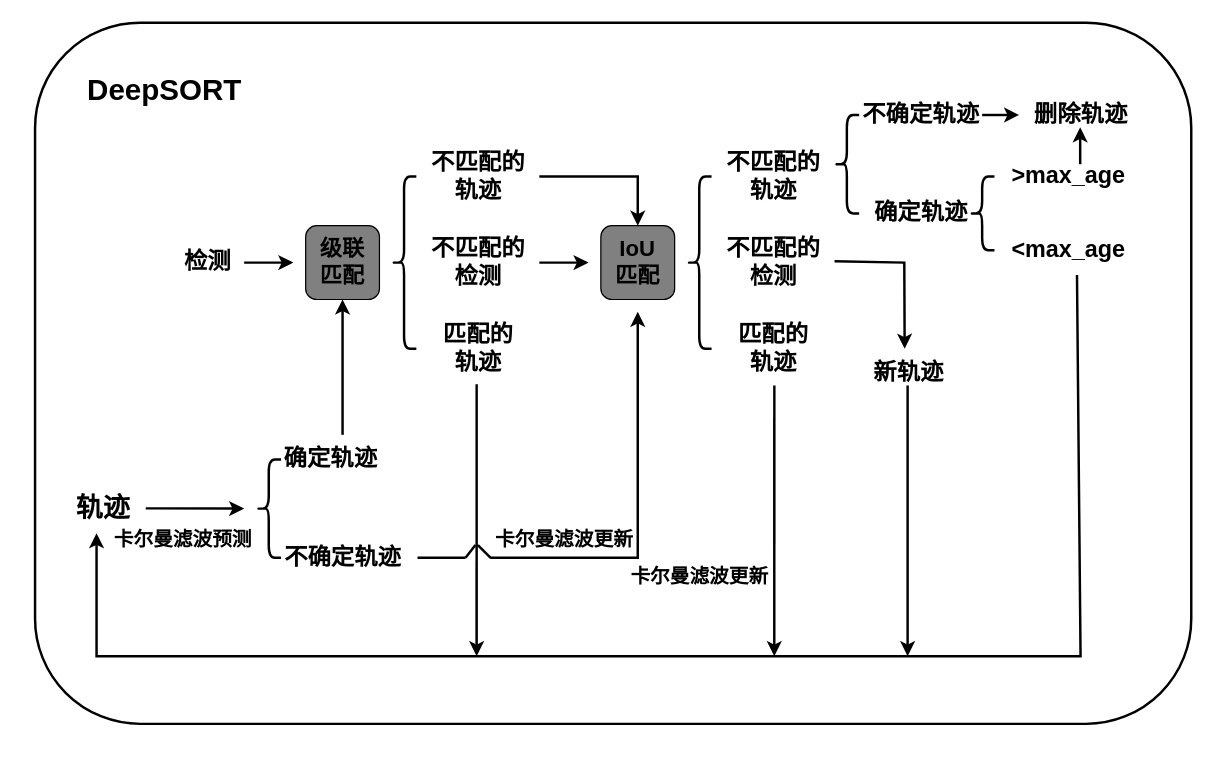
This is DeepSORT.drawio from bighammer-link/My_Pictures, a draw.io file, before an edit. Source tidied: cells renumbered, new cells numbered last; positions are measured from the earlier drawing's top-left corner, leaving out a move shared by most shapes. Both pictures are drawn from the tidied source at 123%, with x=0, y=0 at pixel (34, 22).
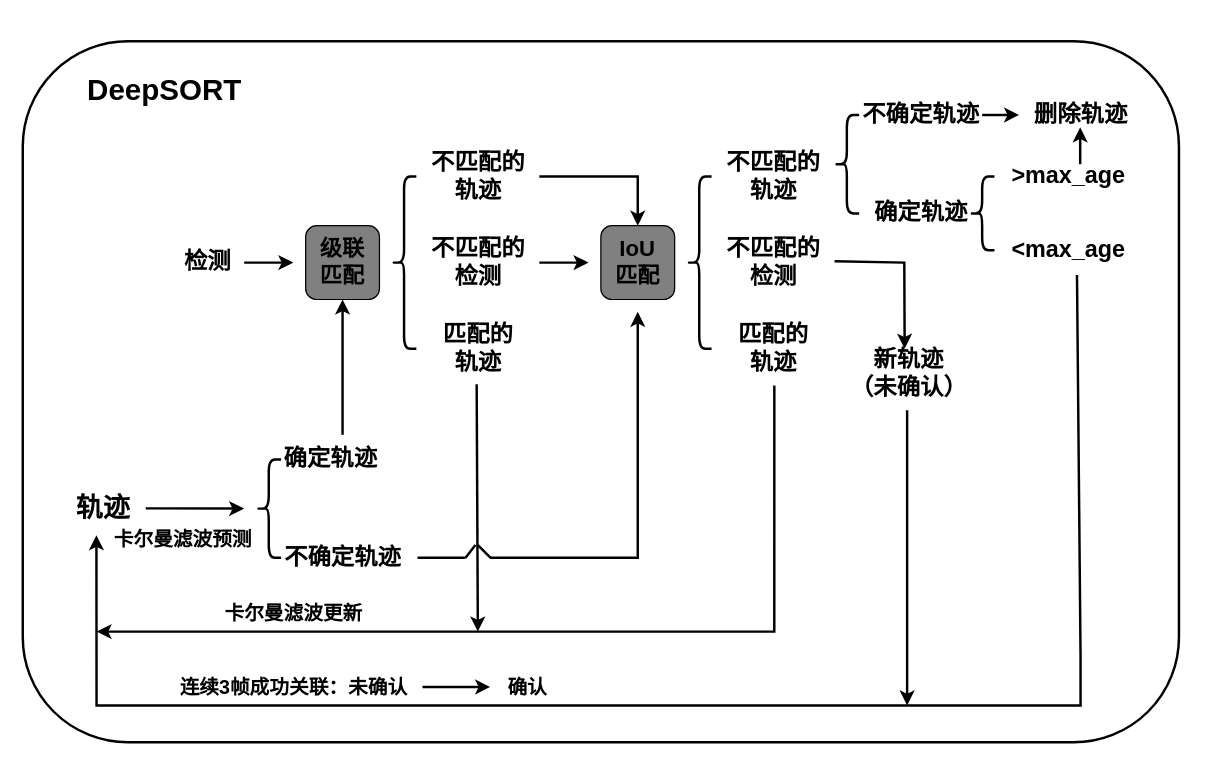
After the change.

The change refers to these unchanged cells:
```xml
<mxCell id="8" value="&lt;span style=&quot;font-size: 19px;&quot;&gt;&lt;b&gt;匹配的&lt;/b&gt;&lt;/span&gt;&lt;div&gt;&lt;span style=&quot;font-size: 19px;&quot;&gt;&lt;b&gt;轨迹&lt;/b&gt;&lt;/span&gt;&lt;/div&gt;" style="text;html=1;align=center;verticalAlign=middle;points=[];strokeColor=none;fillColor=none;" parent="1" vertex="1">
  <mxGeometry x="320" y="235" width="80" height="60" as="geometry" />
</mxCell>
<mxCell id="15" value="&lt;span style=&quot;font-size: 19px;&quot;&gt;&lt;b&gt;匹配的&lt;/b&gt;&lt;/span&gt;&lt;div&gt;&lt;span style=&quot;font-size: 19px;&quot;&gt;&lt;b&gt;轨迹&lt;/b&gt;&lt;/span&gt;&lt;/div&gt;" style="text;html=1;align=center;verticalAlign=middle;points=[];strokeColor=none;fillColor=none;" parent="1" vertex="1">
  <mxGeometry x="560" y="235" width="80" height="60" as="geometry" />
</mxCell>
<mxCell id="31" value="&lt;b style=&quot;&quot;&gt;&lt;font style=&quot;font-size: 22px;&quot;&gt;轨迹&lt;/font&gt;&lt;/b&gt;" style="text;html=1;align=center;verticalAlign=middle;points=[];strokeColor=none;fillColor=none;" parent="1" vertex="1">
  <mxGeometry x="20" y="375" width="70" height="40" as="geometry" />
</mxCell>
```

Diff of the diagram source:
```diff
@@
-    <mxCell id="26" value="&lt;span style=&quot;font-size: 19px;&quot;&gt;&lt;b&gt;新轨迹&lt;/b&gt;&lt;/span&gt;" style="text;html=1;align=center;verticalAlign=middle;strokeColor=none;fillColor=none;" parent="1" vertex="1">
-      <mxGeometry x="670" y="265" width="80" height="40" as="geometry" />
+    <mxCell id="26" value="&lt;span style=&quot;font-size: 19px;&quot;&gt;&lt;b&gt;新轨迹&lt;/b&gt;&lt;/span&gt;&lt;div&gt;&lt;span style=&quot;font-size: 19px;&quot;&gt;&lt;b&gt;（未确认）&lt;/b&gt;&lt;/span&gt;&lt;/div&gt;" style="text;html=1;align=center;verticalAlign=middle;strokeColor=none;fillColor=none;" parent="1" vertex="1">
+      <mxGeometry x="650" y="255" width="120" height="60" as="geometry" />
     </mxCell>
-    <mxCell id="27" style="endArrow=classic;html=1;rounded=0;exitX=0.535;exitY=1.096;exitDx=0;exitDy=0;exitPerimeter=0;strokeWidth=2;" parent="1" edge="1">
+    <mxCell id="27" style="endArrow=classic;html=1;rounded=0;exitX=0.535;exitY=1.096;exitDx=0;exitDy=0;exitPerimeter=0;strokeWidth=2;entryX=0.427;entryY=1.041;entryDx=0;entryDy=0;entryPerimeter=0;" parent="1" edge="1" target="31">
       <mxGeometry relative="1" as="geometry">
         <mxPoint x="847.1" y="205" as="sourcePoint" />
-        <mxPoint x="50" y="415" as="targetPoint" />
         <Array as="points">
           <mxPoint x="850" y="515" />
-          <mxPoint x="50" y="515" />
+          <mxPoint x="850" y="555" />
+          <mxPoint x="50" y="555" />
         </Array>
       </mxGeometry>
     </mxCell>
     <mxCell id="28" style="endArrow=classic;html=1;rounded=0;exitX=0.513;exitY=1;exitDx=0;exitDy=0;exitPerimeter=0;strokeWidth=2;" parent="1" edge="1" source="15">
       <mxGeometry relative="1" as="geometry">
-        <mxPoint x="601" y="515" as="targetPoint" />
+        <mxPoint x="50" y="495" as="targetPoint" />
+        <Array as="points">
+          <mxPoint x="601" y="495" />
+        </Array>
       </mxGeometry>
     </mxCell>
-    <mxCell id="29" style="endArrow=classic;html=1;rounded=0;exitX=0.513;exitY=1;exitDx=0;exitDy=0;exitPerimeter=0;strokeWidth=2;" parent="1" edge="1">
+    <mxCell id="29" style="endArrow=classic;html=1;rounded=0;strokeWidth=2;" parent="1" edge="1">
       <mxGeometry relative="1" as="geometry">
-        <mxPoint x="709.4" y="295" as="sourcePoint" />
-        <mxPoint x="709.4" y="515" as="targetPoint" />
+        <mxPoint x="709" y="315" as="sourcePoint" />
+        <mxPoint x="709" y="555" as="targetPoint" />
       </mxGeometry>
     </mxCell>
     <mxCell id="30" value="&lt;font style=&quot;font-size: 16px;&quot;&gt;&lt;b&gt;卡尔曼滤波更新&lt;/b&gt;&lt;/font&gt;" style="text;html=1;align=center;verticalAlign=middle;strokeColor=none;fillColor=none;rotation=0;" parent="1" vertex="1">
-      <mxGeometry x="470" y="435" width="140" height="30" as="geometry" />
+      <mxGeometry x="140" y="465" width="140" height="30" as="geometry" />
     </mxCell>
@@
     <mxCell id="32" style="endArrow=classic;html=1;rounded=0;exitX=0.488;exitY=0.983;exitDx=0;exitDy=0;exitPerimeter=0;strokeWidth=2;" parent="1" edge="1" source="8">
       <mxGeometry relative="1" as="geometry">
-        <mxPoint x="359" y="515" as="targetPoint" />
+        <mxPoint x="360" y="495" as="targetPoint" />
       </mxGeometry>
     </mxCell>
@@
-    <mxCell id="40" value="&lt;font style=&quot;font-size: 16px;&quot;&gt;&lt;b&gt;卡尔曼滤波更新&lt;/b&gt;&lt;/font&gt;" style="text;html=1;align=center;verticalAlign=middle;strokeColor=none;fillColor=none;rotation=0;" parent="1" vertex="1">
-      <mxGeometry x="360" y="405" width="140" height="30" as="geometry" />
-    </mxCell>
@@
     <mxCell id="45" style="rounded=1;whiteSpace=wrap;html=1;fillColor=none;strokeWidth=2;" parent="1" vertex="1">
-      <mxGeometry width="940" height="570" as="geometry" />
+      <mxGeometry x="-10" y="15" width="940" height="570" as="geometry" />
     </mxCell>
+    <mxCell id="46" value="&lt;span style=&quot;font-size: 16px;&quot;&gt;&lt;b&gt;连续3帧成功关联：未确认&lt;/b&gt;&lt;/span&gt;" style="text;html=1;align=center;verticalAlign=middle;points=[];strokeColor=none;fillColor=none;rotation=0;" parent="1" vertex="1">
+      <mxGeometry x="105" y="525" width="210" height="30" as="geometry" />
+    </mxCell>
+    <mxCell id="47" value="&lt;span style=&quot;font-size: 16px;&quot;&gt;&lt;b&gt;确认&lt;/b&gt;&lt;/span&gt;" style="text;html=1;align=center;verticalAlign=middle;strokeColor=none;fillColor=none;rotation=0;" parent="1" vertex="1">
+      <mxGeometry x="370" y="525" width="60" height="30" as="geometry" />
+    </mxCell>
+    <mxCell id="48" style="endArrow=classic;html=1;rounded=0;strokeWidth=2;" parent="1" edge="1" source="46">
+      <mxGeometry relative="1" as="geometry">
+        <mxPoint x="370" y="540" as="targetPoint" />
+      </mxGeometry>
+    </mxCell>
```
